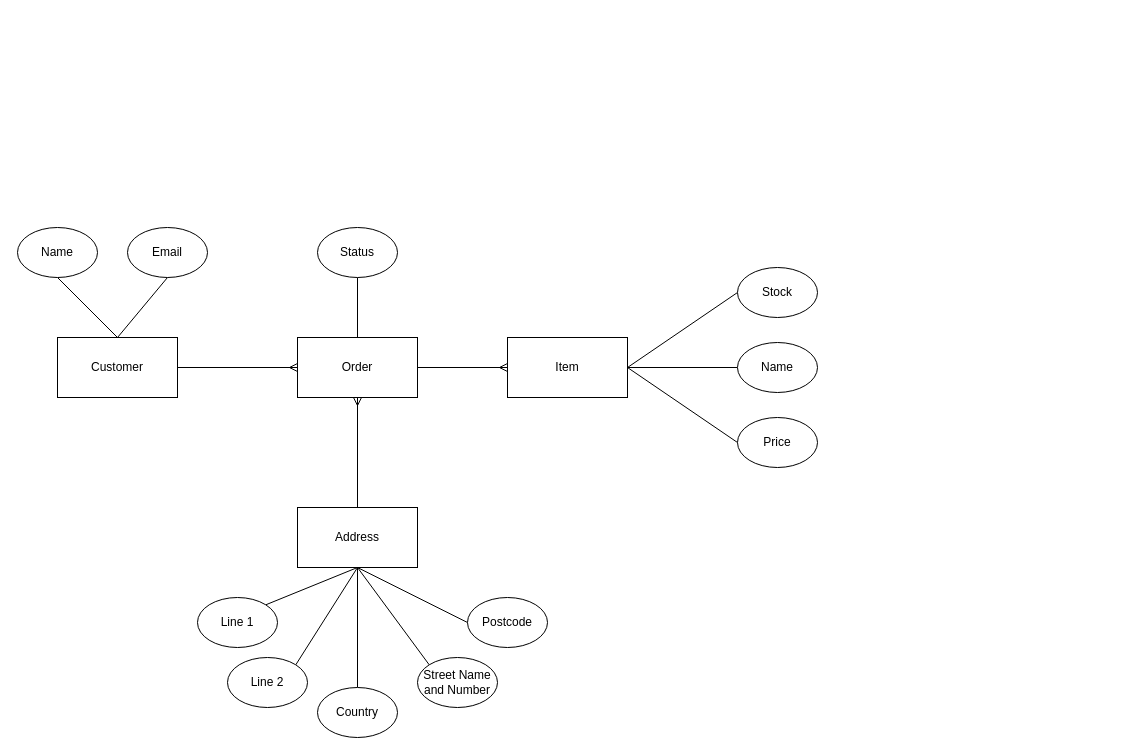
This is diagrams/database-er-diagram.drawio from ashketchupppp/sysdev2, a draw.io file, before an edit. Source tidied: cells renumbered, new cells numbered last; positions are measured from the earlier drawing's top-left corner, leaving out a move shared by most shapes. Both pictures are drawn from the tidied source at 100%, with x=0, y=0 at pixel (17, 227).
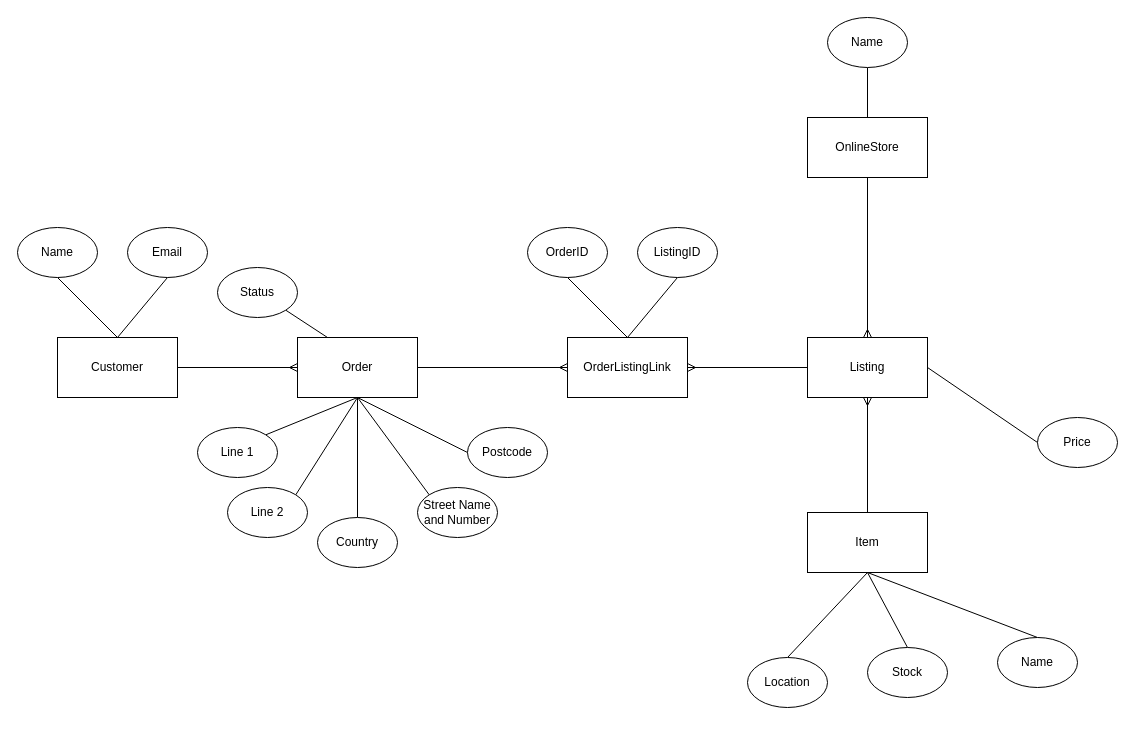
The same diagram, later.

Unchanged cells that the change refers to:
```xml
<mxCell id="5" value="Order" style="rounded=0;whiteSpace=wrap;html=1;" parent="1" vertex="1">
  <mxGeometry x="280" y="110" width="120" height="60" as="geometry" />
</mxCell>
```

What changed in the source:
```diff
@@
-    <mxCell id="4" style="edgeStyle=orthogonalEdgeStyle;rounded=0;jettySize=auto;html=1;exitX=1;exitY=0.5;exitDx=0;exitDy=0;entryX=0;entryY=0.5;entryDx=0;entryDy=0;endArrow=ERmany;endFill=0;" parent="1" edge="1" source="5" target="11">
-      <mxGeometry relative="1" as="geometry" />
-    </mxCell>
+    <mxCell id="31" style="edgeStyle=none;rounded=0;jettySize=auto;html=1;exitX=1;exitY=0.5;exitDx=0;exitDy=0;entryX=0;entryY=0.5;entryDx=0;entryDy=0;startArrow=none;startFill=0;endArrow=ERmany;endFill=0;" parent="1" edge="1" source="5" target="37">
+      <mxGeometry relative="1" as="geometry" />
+    </mxCell>
@@
-    <mxCell id="6" style="edgeStyle=orthogonalEdgeStyle;rounded=0;jettySize=auto;html=1;exitX=0.5;exitY=0;exitDx=0;exitDy=0;entryX=0.5;entryY=1;entryDx=0;entryDy=0;endArrow=ERmany;endFill=0;" parent="1" edge="1" source="7" target="5">
-      <mxGeometry relative="1" as="geometry" />
-    </mxCell>
-    <mxCell id="7" value="Address" style="rounded=0;whiteSpace=wrap;html=1;" parent="1" vertex="1">
-      <mxGeometry x="280" y="280" width="120" height="60" as="geometry" />
-    </mxCell>
-    <mxCell id="8" style="rounded=0;jettySize=auto;html=1;exitX=1;exitY=0.5;exitDx=0;exitDy=0;entryX=0;entryY=0.5;entryDx=0;entryDy=0;endArrow=none;endFill=0;" parent="1" edge="1" source="11" target="12">
-      <mxGeometry relative="1" as="geometry" />
-    </mxCell>
-    <mxCell id="9" style="edgeStyle=none;rounded=0;jettySize=auto;html=1;exitX=1;exitY=0.5;exitDx=0;exitDy=0;entryX=0;entryY=0.5;entryDx=0;entryDy=0;endArrow=none;endFill=0;" parent="1" edge="1" source="11" target="13">
-      <mxGeometry relative="1" as="geometry" />
-    </mxCell>
@@
+    <mxCell id="32" style="edgeStyle=none;rounded=0;jettySize=auto;html=1;exitX=0;exitY=0.5;exitDx=0;exitDy=0;entryX=1;entryY=0.5;entryDx=0;entryDy=0;startArrow=none;startFill=0;endArrow=ERmany;endFill=0;" parent="1" edge="1" source="11" target="37">
+      <mxGeometry relative="1" as="geometry" />
+    </mxCell>
-    <mxCell id="11" value="Item" style="rounded=0;whiteSpace=wrap;html=1;" parent="1" vertex="1">
-      <mxGeometry x="490" y="110" width="120" height="60" as="geometry" />
+    <mxCell id="11" value="Listing" style="rounded=0;whiteSpace=wrap;html=1;" parent="1" vertex="1">
+      <mxGeometry x="790" y="110" width="120" height="60" as="geometry" />
     </mxCell>
-    <mxCell id="12" value="Stock" style="ellipse;whiteSpace=wrap;html=1;" parent="1" vertex="1">
-      <mxGeometry x="720" y="40" width="80" height="50" as="geometry" />
-    </mxCell>
-    <mxCell id="13" value="Name" style="ellipse;whiteSpace=wrap;html=1;" parent="1" vertex="1">
-      <mxGeometry x="720" y="115" width="80" height="50" as="geometry" />
-    </mxCell>
     <mxCell id="14" value="Price" style="ellipse;whiteSpace=wrap;html=1;" parent="1" vertex="1">
-      <mxGeometry x="720" y="190" width="80" height="50" as="geometry" />
+      <mxGeometry x="1020" y="190" width="80" height="50" as="geometry" />
     </mxCell>
@@
-    <mxCell id="19" style="edgeStyle=none;rounded=0;jettySize=auto;html=1;exitX=1;exitY=0;exitDx=0;exitDy=0;endArrow=none;endFill=0;" parent="1" edge="1" source="20">
-      <mxGeometry relative="1" as="geometry">
-        <mxPoint x="340" y="340" as="targetPoint" />
-      </mxGeometry>
+    <mxCell id="19" style="edgeStyle=none;rounded=0;jettySize=auto;html=1;exitX=1;exitY=0;exitDx=0;exitDy=0;endArrow=none;endFill=0;entryX=0.5;entryY=1;entryDx=0;entryDy=0;" parent="1" edge="1" source="20" target="5">
+      <mxGeometry relative="1" as="geometry" />
     </mxCell>
     <mxCell id="20" value="Line 1" style="ellipse;whiteSpace=wrap;html=1;" parent="1" vertex="1">
-      <mxGeometry x="180" y="370" width="80" height="50" as="geometry" />
+      <mxGeometry x="180" y="200" width="80" height="50" as="geometry" />
     </mxCell>
-    <mxCell id="21" style="edgeStyle=none;rounded=0;jettySize=auto;html=1;exitX=1;exitY=0;exitDx=0;exitDy=0;entryX=0.5;entryY=1;entryDx=0;entryDy=0;endArrow=none;endFill=0;" parent="1" edge="1" source="22" target="7">
+    <mxCell id="21" style="edgeStyle=none;rounded=0;jettySize=auto;html=1;exitX=1;exitY=0;exitDx=0;exitDy=0;entryX=0.5;entryY=1;entryDx=0;entryDy=0;endArrow=none;endFill=0;" parent="1" edge="1" source="22" target="5">
       <mxGeometry relative="1" as="geometry" />
     </mxCell>
     <mxCell id="22" value="Line 2" style="ellipse;whiteSpace=wrap;html=1;" parent="1" vertex="1">
-      <mxGeometry x="210" y="430" width="80" height="50" as="geometry" />
+      <mxGeometry x="210" y="260" width="80" height="50" as="geometry" />
     </mxCell>
-    <mxCell id="23" style="edgeStyle=none;rounded=0;jettySize=auto;html=1;exitX=0.5;exitY=0;exitDx=0;exitDy=0;endArrow=none;endFill=0;" parent="1" edge="1" source="24">
-      <mxGeometry relative="1" as="geometry">
-        <mxPoint x="340" y="340" as="targetPoint" />
-      </mxGeometry>
+    <mxCell id="23" style="edgeStyle=none;rounded=0;jettySize=auto;html=1;exitX=0.5;exitY=0;exitDx=0;exitDy=0;endArrow=none;endFill=0;entryX=0.5;entryY=1;entryDx=0;entryDy=0;" parent="1" edge="1" source="24" target="5">
+      <mxGeometry relative="1" as="geometry" />
     </mxCell>
     <mxCell id="24" value="Country" style="ellipse;whiteSpace=wrap;html=1;" parent="1" vertex="1">
-      <mxGeometry x="300" y="460" width="80" height="50" as="geometry" />
+      <mxGeometry x="300" y="290" width="80" height="50" as="geometry" />
     </mxCell>
-    <mxCell id="25" style="edgeStyle=none;rounded=0;jettySize=auto;html=1;exitX=0;exitY=0.5;exitDx=0;exitDy=0;entryX=0.5;entryY=1;entryDx=0;entryDy=0;endArrow=none;endFill=0;" parent="1" edge="1" source="26" target="7">
+    <mxCell id="25" style="edgeStyle=none;rounded=0;jettySize=auto;html=1;exitX=0;exitY=0.5;exitDx=0;exitDy=0;entryX=0.5;entryY=1;entryDx=0;entryDy=0;endArrow=none;endFill=0;" parent="1" edge="1" source="26" target="5">
       <mxGeometry relative="1" as="geometry" />
     </mxCell>
     <mxCell id="26" value="Postcode" style="ellipse;whiteSpace=wrap;html=1;" parent="1" vertex="1">
-      <mxGeometry x="450" y="370" width="80" height="50" as="geometry" />
+      <mxGeometry x="450" y="200" width="80" height="50" as="geometry" />
     </mxCell>
-    <mxCell id="27" style="edgeStyle=none;rounded=0;jettySize=auto;html=1;exitX=0;exitY=0;exitDx=0;exitDy=0;endArrow=none;endFill=0;" parent="1" edge="1" source="28">
-      <mxGeometry relative="1" as="geometry">
-        <mxPoint x="340" y="340" as="targetPoint" />
-      </mxGeometry>
+    <mxCell id="27" style="edgeStyle=none;rounded=0;jettySize=auto;html=1;exitX=0;exitY=0;exitDx=0;exitDy=0;endArrow=none;endFill=0;entryX=0.5;entryY=1;entryDx=0;entryDy=0;" parent="1" edge="1" source="28" target="5">
+      <mxGeometry relative="1" as="geometry" />
     </mxCell>
     <mxCell id="28" value="Street Name and Number" style="ellipse;whiteSpace=wrap;html=1;" parent="1" vertex="1">
-      <mxGeometry x="400" y="430" width="80" height="50" as="geometry" />
+      <mxGeometry x="400" y="260" width="80" height="50" as="geometry" />
     </mxCell>
-    <mxCell id="29" style="edgeStyle=none;rounded=0;jettySize=auto;html=1;exitX=0.5;exitY=1;exitDx=0;exitDy=0;entryX=0.5;entryY=0;entryDx=0;entryDy=0;endArrow=none;endFill=0;" parent="1" edge="1" source="30" target="5">
+    <mxCell id="29" style="edgeStyle=none;rounded=0;jettySize=auto;html=1;exitX=1;exitY=1;exitDx=0;exitDy=0;entryX=0.25;entryY=0;entryDx=0;entryDy=0;endArrow=none;endFill=0;" parent="1" edge="1" source="30" target="5">
       <mxGeometry relative="1" as="geometry" />
     </mxCell>
     <mxCell id="30" value="Status" style="ellipse;whiteSpace=wrap;html=1;" parent="1" vertex="1">
-      <mxGeometry x="300" width="80" height="50" as="geometry" />
+      <mxGeometry x="200" y="40" width="80" height="50" as="geometry" />
     </mxCell>
+    <mxCell id="33" style="edgeStyle=none;rounded=0;jettySize=auto;html=1;exitX=0.5;exitY=0;exitDx=0;exitDy=0;entryX=0.5;entryY=1;entryDx=0;entryDy=0;startArrow=none;startFill=0;endArrow=none;endFill=0;" parent="1" edge="1" source="35" target="36">
+      <mxGeometry relative="1" as="geometry" />
+    </mxCell>
+    <mxCell id="34" style="edgeStyle=none;rounded=0;jettySize=auto;html=1;exitX=0.5;exitY=1;exitDx=0;exitDy=0;entryX=0.5;entryY=0;entryDx=0;entryDy=0;startArrow=none;startFill=0;endArrow=ERmany;endFill=0;" parent="1" edge="1" source="35" target="11">
+      <mxGeometry relative="1" as="geometry" />
+    </mxCell>
+    <mxCell id="35" value="OnlineStore" style="rounded=0;whiteSpace=wrap;html=1;" parent="1" vertex="1">
+      <mxGeometry x="790" y="-110" width="120" height="60" as="geometry" />
+    </mxCell>
+    <mxCell id="36" value="Name" style="ellipse;whiteSpace=wrap;html=1;" parent="1" vertex="1">
+      <mxGeometry x="810" y="-210" width="80" height="50" as="geometry" />
+    </mxCell>
+    <mxCell id="37" value="OrderListingLink" style="rounded=0;whiteSpace=wrap;html=1;" parent="1" vertex="1">
+      <mxGeometry x="550" y="110" width="120" height="60" as="geometry" />
+    </mxCell>
+    <mxCell id="38" style="edgeStyle=none;rounded=0;jettySize=auto;html=1;exitX=0.5;exitY=1;exitDx=0;exitDy=0;entryX=0.5;entryY=0;entryDx=0;entryDy=0;startArrow=none;startFill=0;endArrow=none;endFill=0;" parent="1" edge="1" source="39" target="37">
+      <mxGeometry relative="1" as="geometry" />
+    </mxCell>
+    <mxCell id="39" value="OrderID" style="ellipse;whiteSpace=wrap;html=1;" parent="1" vertex="1">
+      <mxGeometry x="510" width="80" height="50" as="geometry" />
+    </mxCell>
+    <mxCell id="40" style="edgeStyle=none;rounded=0;jettySize=auto;html=1;exitX=0.5;exitY=1;exitDx=0;exitDy=0;entryX=0.5;entryY=0;entryDx=0;entryDy=0;startArrow=none;startFill=0;endArrow=none;endFill=0;" parent="1" edge="1" source="41" target="37">
+      <mxGeometry relative="1" as="geometry" />
+    </mxCell>
+    <mxCell id="41" value="ListingID" style="ellipse;whiteSpace=wrap;html=1;" parent="1" vertex="1">
+      <mxGeometry x="620" width="80" height="50" as="geometry" />
+    </mxCell>
+    <mxCell id="42" style="edgeStyle=none;rounded=0;jettySize=auto;html=1;exitX=0.5;exitY=0;exitDx=0;exitDy=0;endArrow=ERmany;endFill=0;" parent="1" edge="1" source="43" target="11">
+      <mxGeometry relative="1" as="geometry" />
+    </mxCell>
+    <mxCell id="43" value="Item" style="rounded=0;whiteSpace=wrap;html=1;" parent="1" vertex="1">
+      <mxGeometry x="790" y="285" width="120" height="60" as="geometry" />
+    </mxCell>
+    <mxCell id="44" style="rounded=0;jettySize=auto;html=1;exitX=0.5;exitY=0;exitDx=0;exitDy=0;entryX=0.5;entryY=1;entryDx=0;entryDy=0;endArrow=none;endFill=0;" parent="1" edge="1" source="12" target="43">
+      <mxGeometry relative="1" as="geometry" />
+    </mxCell>
+    <mxCell id="12" value="Stock" style="ellipse;whiteSpace=wrap;html=1;" parent="1" vertex="1">
+      <mxGeometry x="850" y="420" width="80" height="50" as="geometry" />
+    </mxCell>
+    <mxCell id="45" style="edgeStyle=none;rounded=0;jettySize=auto;html=1;exitX=0.5;exitY=0;exitDx=0;exitDy=0;entryX=0.5;entryY=1;entryDx=0;entryDy=0;endArrow=none;endFill=0;" parent="1" edge="1" source="46" target="43">
+      <mxGeometry relative="1" as="geometry" />
+    </mxCell>
+    <mxCell id="46" value="Location" style="ellipse;whiteSpace=wrap;html=1;" parent="1" vertex="1">
+      <mxGeometry x="730" y="430" width="80" height="50" as="geometry" />
+    </mxCell>
+    <mxCell id="47" style="edgeStyle=none;rounded=0;jettySize=auto;html=1;exitX=0.5;exitY=0;exitDx=0;exitDy=0;entryX=0.5;entryY=1;entryDx=0;entryDy=0;endArrow=none;endFill=0;" parent="1" edge="1" source="48" target="43">
+      <mxGeometry relative="1" as="geometry" />
+    </mxCell>
+    <mxCell id="48" value="Name" style="ellipse;whiteSpace=wrap;html=1;" parent="1" vertex="1">
+      <mxGeometry x="980" y="410" width="80" height="50" as="geometry" />
+    </mxCell>
```
